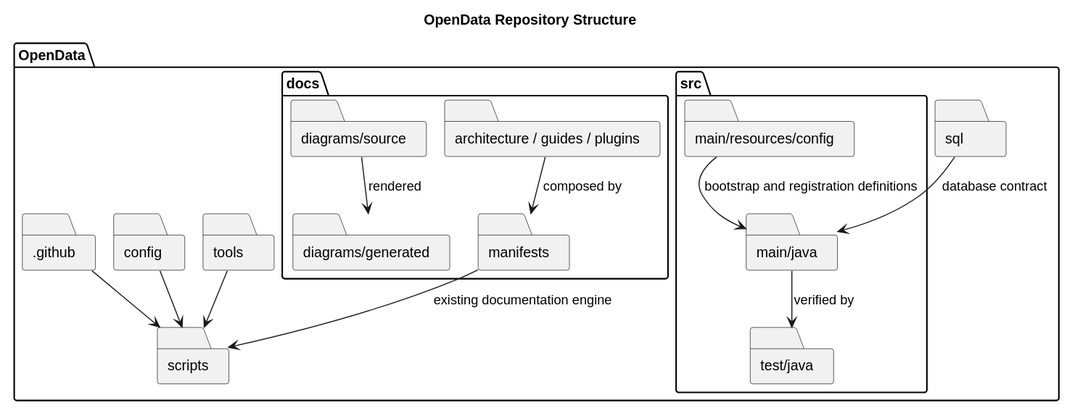
Earlier version of the PlantUML export docs/diagrams/generated/repository-structure.svg (TerryCurranZellis/OpenData). The source it was exported from:
```plantuml
@startuml
!pragma layout smetana
title OpenData Repository Structure
skinparam shadowing false
skinparam packageStyle rectangle

folder "OpenData" {
  folder "src" {
    folder "main/java" as MainJava
    folder "main/resources/config" as Resources
    folder "test/java" as Tests
  }
  folder "sql" as Sql
  folder "docs" {
    folder "architecture / guides / plugins" as Markdown
    folder "diagrams/source" as Puml
    folder "diagrams/generated" as Svg
    folder "manifests" as Manifests
  }
  folder "config" as Config
  folder "scripts" as Scripts
  folder ".github" as Github
  folder "tools" as Tools
}

MainJava --> Tests : verified by
Resources --> MainJava : bootstrap and registration definitions
Sql --> MainJava : database contract
Puml --> Svg : rendered
Markdown --> Manifests : composed by
Manifests --> Scripts : existing documentation engine
Config --> Scripts
Github --> Scripts
Tools --> Scripts
@enduml
```
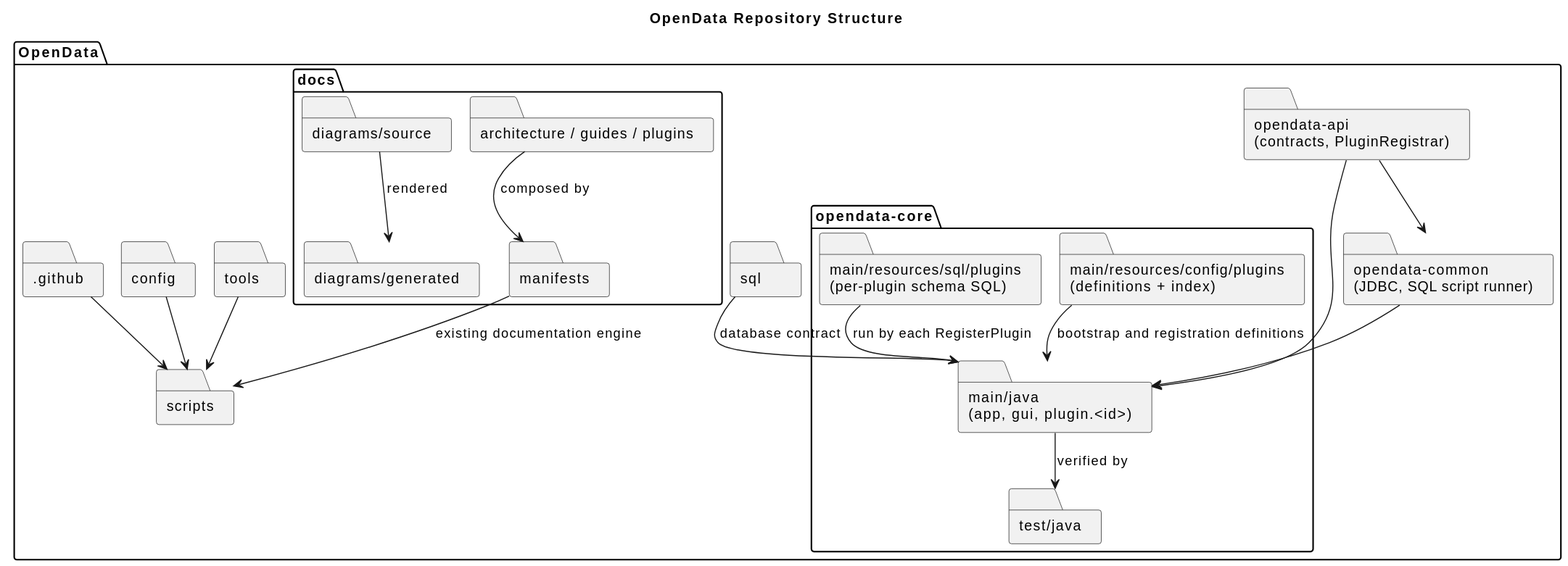
Above is the later version.

Diff of the diagram source:
```diff
@@ -5,9 +5,12 @@
 skinparam packageStyle rectangle
 
 folder "OpenData" {
-  folder "src" {
-    folder "main/java" as MainJava
-    folder "main/resources/config" as Resources
+  folder "opendata-api\n(contracts, PluginRegistrar)" as Api
+  folder "opendata-common\n(JDBC, SQL script runner)" as Common
+  folder "opendata-core" {
+    folder "main/java\n(app, gui, plugin.<id>)" as MainJava
+    folder "main/resources/config/plugins\n(definitions + index)" as Resources
+    folder "main/resources/sql/plugins\n(per-plugin schema SQL)" as PluginSql
     folder "test/java" as Tests
   }
   folder "sql" as Sql
@@ -23,7 +26,11 @@
   folder "tools" as Tools
 }
 
+Api --> Common
+Common --> MainJava
+Api --> MainJava
 MainJava --> Tests : verified by
+PluginSql --> MainJava : run by each RegisterPlugin
 Resources --> MainJava : bootstrap and registration definitions
 Sql --> MainJava : database contract
 Puml --> Svg : rendered
```
